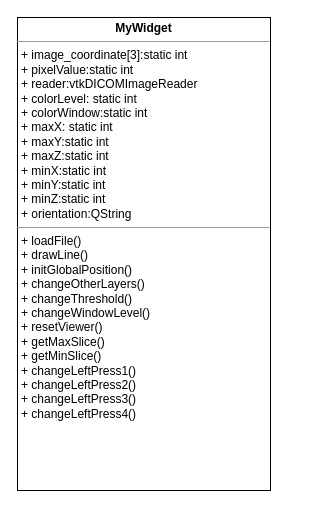
The draw.io diagram medical3D_mywidget.drawio in Dong-J93/_pictures, before the edit. Source tidied: cells renumbered, new cells numbered last; positions are measured from the earlier drawing's top-left corner, leaving out a move shared by most shapes. Both pictures are drawn from the tidied source at 100%, with x=0, y=0 at pixel (17, 17).
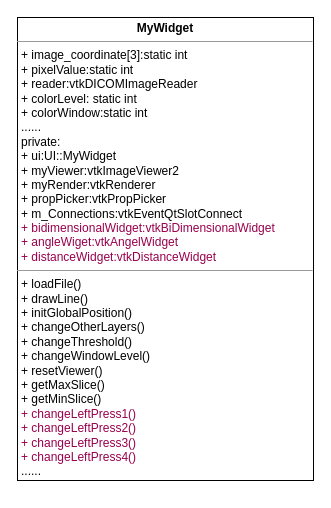
Above is the later version.

The edit, as a diff of the source:
```diff
@@
 <mxGraphModel>
   <root>
     <mxCell id="0" />
     <mxCell id="1" parent="0" />
-    <mxCell id="2" value="&lt;p style=&quot;margin:0px;margin-top:4px;text-align:center;&quot;&gt;&lt;b&gt;MyWidget&lt;/b&gt;&lt;/p&gt;&lt;hr size=&quot;1&quot;&gt;&lt;p style=&quot;margin:0px;margin-left:4px;&quot;&gt;&lt;span style=&quot;background-color: initial;&quot;&gt;+ image_coordinate[3]:static int&lt;/span&gt;&lt;br&gt;&lt;/p&gt;&lt;p style=&quot;margin:0px;margin-left:4px;&quot;&gt;+&amp;nbsp;pixelValue:static int&lt;/p&gt;&lt;p style=&quot;margin:0px;margin-left:4px;&quot;&gt;+ reader:vtkDICOMImageReader&lt;/p&gt;&lt;p style=&quot;margin:0px;margin-left:4px;&quot;&gt;+&amp;nbsp;colorLevel: static int&amp;nbsp;&lt;/p&gt;&lt;p style=&quot;margin:0px;margin-left:4px;&quot;&gt;+&amp;nbsp;colorWindow:static int&lt;/p&gt;&lt;p style=&quot;margin:0px;margin-left:4px;&quot;&gt;+ maxX: static int&lt;/p&gt;&lt;p style=&quot;margin:0px;margin-left:4px;&quot;&gt;+ maxY:static int&lt;/p&gt;&lt;p style=&quot;margin:0px;margin-left:4px;&quot;&gt;+ maxZ:static int&lt;/p&gt;&lt;p style=&quot;margin:0px;margin-left:4px;&quot;&gt;+ minX:static int&lt;/p&gt;&lt;p style=&quot;margin:0px;margin-left:4px;&quot;&gt;+ minY:static int&lt;/p&gt;&lt;p style=&quot;margin:0px;margin-left:4px;&quot;&gt;+ minZ:static int&lt;/p&gt;&lt;p style=&quot;margin:0px;margin-left:4px;&quot;&gt;+ orientation:QString&lt;/p&gt;&lt;hr size=&quot;1&quot;&gt;&lt;p style=&quot;margin:0px;margin-left:4px;&quot;&gt;+ loadFile()&lt;/p&gt;&lt;p style=&quot;margin:0px;margin-left:4px;&quot;&gt;+&amp;nbsp;drawLine()&lt;/p&gt;&lt;p style=&quot;margin:0px;margin-left:4px;&quot;&gt;+ initGlobalPosition()&lt;/p&gt;&lt;p style=&quot;margin:0px;margin-left:4px;&quot;&gt;+ changeOtherLayers()&lt;br&gt;&lt;/p&gt;&lt;p style=&quot;margin:0px;margin-left:4px;&quot;&gt;+&amp;nbsp;changeThreshold()&lt;/p&gt;&lt;p style=&quot;margin:0px;margin-left:4px;&quot;&gt;+ changeWindowLevel()&lt;/p&gt;&lt;p style=&quot;margin:0px;margin-left:4px;&quot;&gt;+&amp;nbsp;resetViewer()&lt;/p&gt;&lt;p style=&quot;margin:0px;margin-left:4px;&quot;&gt;+&amp;nbsp;getMaxSlice()&lt;/p&gt;&lt;p style=&quot;margin:0px;margin-left:4px;&quot;&gt;+&amp;nbsp;getMinSlice()&lt;/p&gt;&lt;p style=&quot;margin:0px;margin-left:4px;&quot;&gt;+&amp;nbsp;changeLeftPress1()&lt;/p&gt;&lt;p style=&quot;margin:0px;margin-left:4px;&quot;&gt;+ changeLeftPress2()&lt;/p&gt;&lt;p style=&quot;margin:0px;margin-left:4px;&quot;&gt;+&amp;nbsp;changeLeftPress3()&lt;/p&gt;&lt;p style=&quot;margin:0px;margin-left:4px;&quot;&gt;+&amp;nbsp;changeLeftPress4()&lt;/p&gt;&lt;p style=&quot;margin:0px;margin-left:4px;&quot;&gt;&lt;br&gt;&lt;/p&gt;&lt;p style=&quot;margin:0px;margin-left:4px;&quot;&gt;&lt;br&gt;&lt;/p&gt;&lt;p style=&quot;margin:0px;margin-left:4px;&quot;&gt;&lt;br&gt;&lt;/p&gt;&lt;p style=&quot;margin:0px;margin-left:4px;&quot;&gt;&lt;br&gt;&lt;/p&gt;&lt;p style=&quot;margin:0px;margin-left:4px;&quot;&gt;&lt;br&gt;&lt;/p&gt;&lt;p style=&quot;margin:0px;margin-left:4px;&quot;&gt;&lt;br&gt;&lt;/p&gt;&lt;p style=&quot;margin:0px;margin-left:4px;&quot;&gt;&lt;br&gt;&lt;/p&gt;&lt;p style=&quot;margin:0px;margin-left:4px;&quot;&gt;&lt;br&gt;&lt;/p&gt;" style="verticalAlign=top;align=left;overflow=fill;fontSize=12;fontFamily=Helvetica;html=1;whiteSpace=wrap;" parent="1" vertex="1">
-      <mxGeometry width="253" height="473" as="geometry" />
+    <mxCell id="2" value="&lt;p style=&quot;margin:0px;margin-top:4px;text-align:center;&quot;&gt;&lt;b&gt;MyWidget&lt;/b&gt;&lt;/p&gt;&lt;hr size=&quot;1&quot;&gt;&lt;p style=&quot;margin:0px;margin-left:4px;&quot;&gt;&lt;span style=&quot;background-color: initial;&quot;&gt;+ image_coordinate[3]:static int&lt;/span&gt;&lt;br&gt;&lt;/p&gt;&lt;p style=&quot;margin:0px;margin-left:4px;&quot;&gt;+&amp;nbsp;pixelValue:static int&lt;/p&gt;&lt;p style=&quot;margin:0px;margin-left:4px;&quot;&gt;+ reader:vtkDICOMImageReader&lt;/p&gt;&lt;p style=&quot;margin:0px;margin-left:4px;&quot;&gt;+&amp;nbsp;colorLevel: static int&amp;nbsp;&lt;/p&gt;&lt;p style=&quot;margin:0px;margin-left:4px;&quot;&gt;+&amp;nbsp;colorWindow:static int&lt;/p&gt;&lt;p style=&quot;margin:0px;margin-left:4px;&quot;&gt;......&lt;/p&gt;&lt;p style=&quot;margin:0px;margin-left:4px;&quot;&gt;private:&lt;/p&gt;&lt;p style=&quot;margin:0px;margin-left:4px;&quot;&gt;+ ui:UI::MyWidget&lt;br&gt;&lt;/p&gt;&lt;p style=&quot;margin:0px;margin-left:4px;&quot;&gt;+&amp;nbsp;myViewer:vtkImageViewer2&lt;/p&gt;&lt;p style=&quot;margin:0px;margin-left:4px;&quot;&gt;+&amp;nbsp;myRender:vtkRenderer&lt;/p&gt;&lt;p style=&quot;margin:0px;margin-left:4px;&quot;&gt;+ propPicker:vtkPropPicker&lt;/p&gt;&lt;p style=&quot;margin:0px;margin-left:4px;&quot;&gt;+&amp;nbsp;m_Connections:vtkEventQtSlotConnect&lt;/p&gt;&lt;p style=&quot;margin:0px;margin-left:4px;&quot;&gt;&lt;font color=&quot;#99004d&quot;&gt;+&amp;nbsp;bidimensionalWidget:vtkBiDimensionalWidget&lt;/font&gt;&lt;/p&gt;&lt;p style=&quot;margin:0px;margin-left:4px;&quot;&gt;&lt;font color=&quot;#99004d&quot;&gt;+&amp;nbsp;angleWiget:vtkAngelWidget&lt;/font&gt;&lt;/p&gt;&lt;p style=&quot;margin:0px;margin-left:4px;&quot;&gt;&lt;font color=&quot;#99004d&quot;&gt;+&amp;nbsp;distanceWidget:vtkDistanceWidget&lt;/font&gt;&lt;/p&gt;&lt;hr size=&quot;1&quot;&gt;&lt;p style=&quot;margin:0px;margin-left:4px;&quot;&gt;+ loadFile()&lt;/p&gt;&lt;p style=&quot;margin:0px;margin-left:4px;&quot;&gt;+&amp;nbsp;drawLine()&lt;/p&gt;&lt;p style=&quot;margin:0px;margin-left:4px;&quot;&gt;+ initGlobalPosition()&lt;/p&gt;&lt;p style=&quot;margin:0px;margin-left:4px;&quot;&gt;+ changeOtherLayers()&lt;br&gt;&lt;/p&gt;&lt;p style=&quot;margin:0px;margin-left:4px;&quot;&gt;+&amp;nbsp;changeThreshold()&lt;/p&gt;&lt;p style=&quot;margin:0px;margin-left:4px;&quot;&gt;+ changeWindowLevel()&lt;/p&gt;&lt;p style=&quot;margin:0px;margin-left:4px;&quot;&gt;+&amp;nbsp;resetViewer()&lt;/p&gt;&lt;p style=&quot;margin:0px;margin-left:4px;&quot;&gt;+&amp;nbsp;getMaxSlice()&lt;/p&gt;&lt;p style=&quot;margin:0px;margin-left:4px;&quot;&gt;+&amp;nbsp;getMinSlice()&lt;/p&gt;&lt;p style=&quot;margin:0px;margin-left:4px;&quot;&gt;&lt;font color=&quot;#99004d&quot;&gt;+&amp;nbsp;changeLeftPress1()&lt;/font&gt;&lt;/p&gt;&lt;p style=&quot;margin:0px;margin-left:4px;&quot;&gt;&lt;font color=&quot;#99004d&quot;&gt;+ changeLeftPress2()&lt;/font&gt;&lt;/p&gt;&lt;p style=&quot;margin:0px;margin-left:4px;&quot;&gt;&lt;font color=&quot;#99004d&quot;&gt;+&amp;nbsp;changeLeftPress3()&lt;/font&gt;&lt;/p&gt;&lt;p style=&quot;margin:0px;margin-left:4px;&quot;&gt;&lt;font color=&quot;#99004d&quot;&gt;+&amp;nbsp;changeLeftPress4()&lt;/font&gt;&lt;/p&gt;&lt;p style=&quot;margin:0px;margin-left:4px;&quot;&gt;......&lt;/p&gt;&lt;p style=&quot;margin:0px;margin-left:4px;&quot;&gt;&lt;br&gt;&lt;/p&gt;&lt;p style=&quot;margin:0px;margin-left:4px;&quot;&gt;&lt;br&gt;&lt;/p&gt;&lt;p style=&quot;margin:0px;margin-left:4px;&quot;&gt;&lt;br&gt;&lt;/p&gt;&lt;p style=&quot;margin:0px;margin-left:4px;&quot;&gt;&lt;br&gt;&lt;/p&gt;&lt;p style=&quot;margin:0px;margin-left:4px;&quot;&gt;&lt;br&gt;&lt;/p&gt;&lt;p style=&quot;margin:0px;margin-left:4px;&quot;&gt;&lt;br&gt;&lt;/p&gt;&lt;p style=&quot;margin:0px;margin-left:4px;&quot;&gt;&lt;br&gt;&lt;/p&gt;" style="verticalAlign=top;align=left;overflow=fill;fontSize=12;fontFamily=Helvetica;html=1;whiteSpace=wrap;" parent="1" vertex="1">
+      <mxGeometry width="296" height="463" as="geometry" />
     </mxCell>
   </root>
 </mxGraphModel>
```
